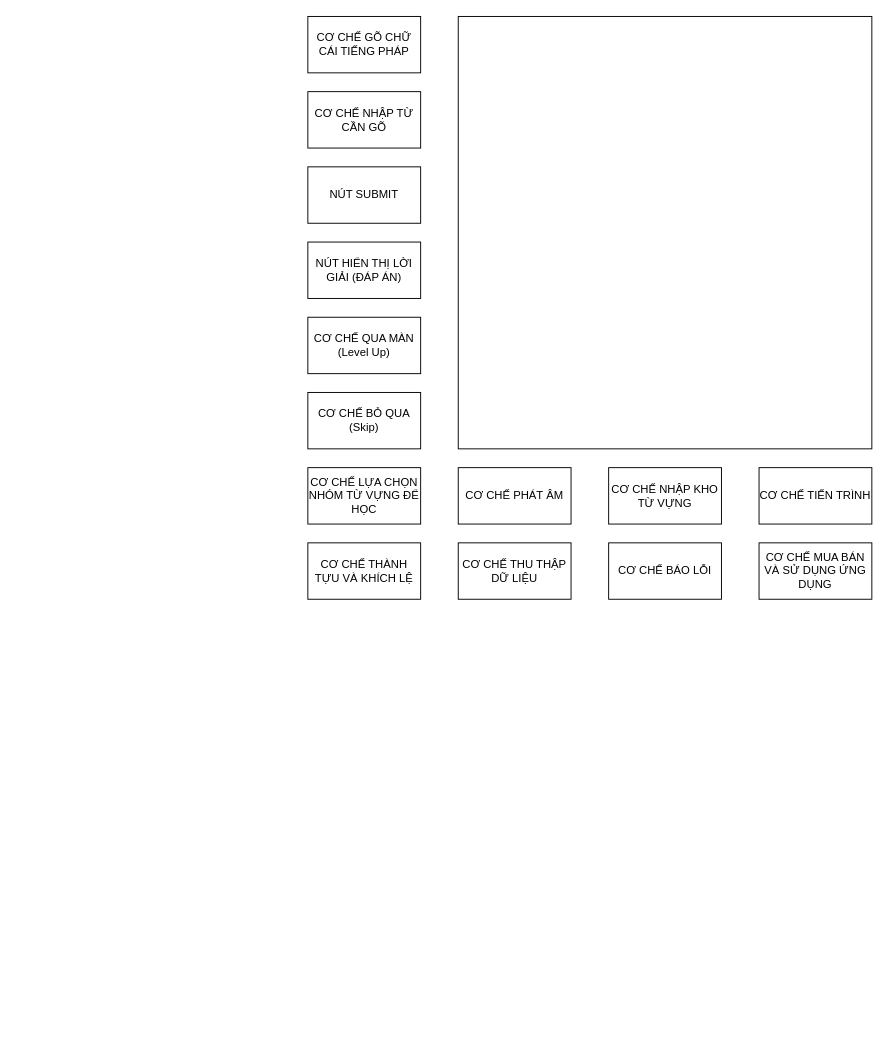
The draw.io diagram page "ALL" (1 of 3) of SƠ ĐỒ CHỨC NĂNG TỔNG THỂ.drawio in Tran-Long-Vu/AppVocabFR, before the edit. Source tidied: cells renumbered, new cells numbered last; positions are measured from the earlier drawing's top-left corner, leaving out a move shared by most shapes. Both pictures are drawn from the tidied source at 94%, with x=0, y=0 at pixel (307, 16).
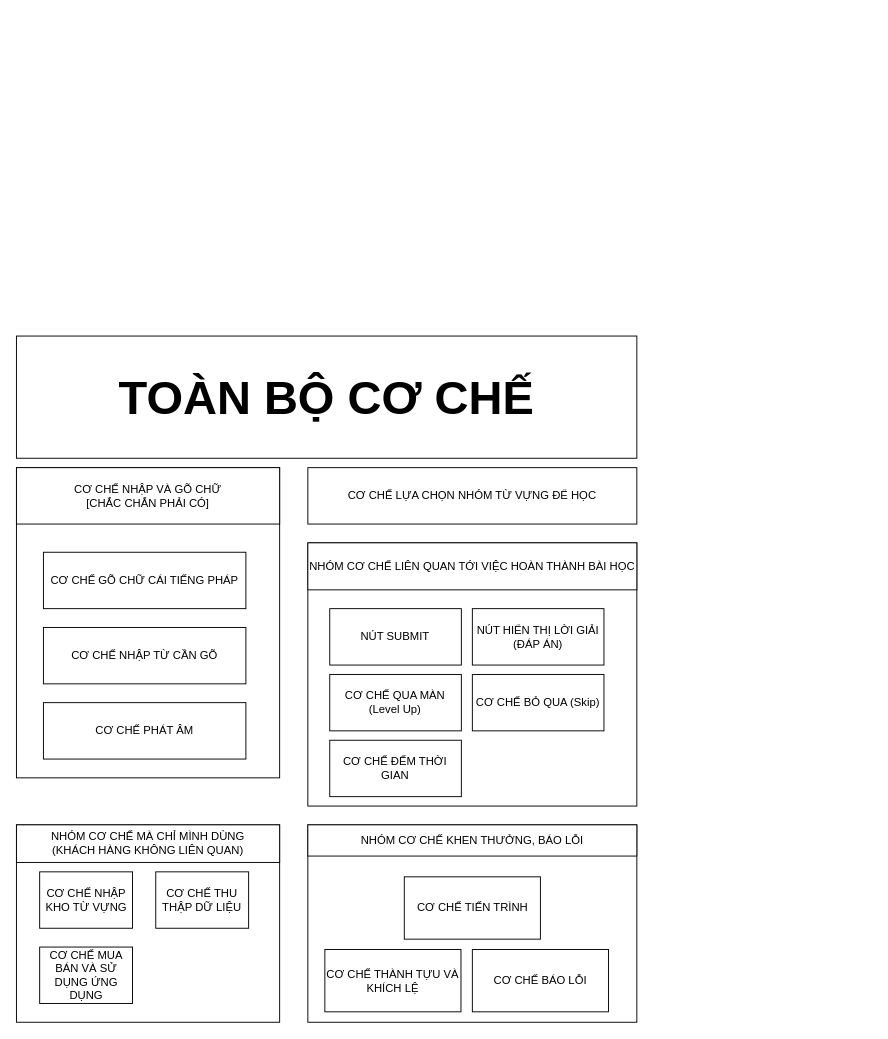
After the change.

Commit message:
SƠ ĐỒ CHỨC NĂNG TỔNG THỂ

Change to the diagram source:
```diff
@@
+    <mxCell id="7" value="CƠ CHẾ LỰA CHỌN NHÓM TỪ VỰNG ĐỂ HỌC" style="rounded=0;whiteSpace=wrap;html=1;" parent="1" vertex="1">
+      <mxGeometry y="480" width="350" height="60" as="geometry" />
+    </mxCell>
+    <mxCell id="17" style="group;" parent="1" vertex="1">
+      <mxGeometry x="-310" y="860" width="280" height="210" as="geometry" />
+    </mxCell>
+    <mxCell id="18" style="rounded=0;whiteSpace=wrap;html=1;" parent="17" vertex="1">
+      <mxGeometry width="280" height="210" as="geometry" />
+    </mxCell>
+    <mxCell id="9" value="CƠ CHẾ NHẬP KHO TỪ VỰNG" style="rounded=0;whiteSpace=wrap;html=1;" parent="17" vertex="1">
+      <mxGeometry x="24.7" y="50" width="98.8" height="60" as="geometry" />
+    </mxCell>
+    <mxCell id="12" value="CƠ CHẾ THU THẬP DỮ LIỆU" style="rounded=0;whiteSpace=wrap;html=1;" parent="17" vertex="1">
+      <mxGeometry x="148.2" y="50" width="98.8" height="60" as="geometry" />
+    </mxCell>
+    <mxCell id="14" value="CƠ CHẾ MUA BÁN VÀ SỬ DỤNG ỨNG DỤNG" style="rounded=0;whiteSpace=wrap;html=1;" parent="17" vertex="1">
+      <mxGeometry x="24.7" y="130" width="98.8" height="60" as="geometry" />
+    </mxCell>
+    <mxCell id="19" value="NHÓM CƠ CHẾ MÀ CHỈ MÌNH DÙNG&lt;div&gt;(KHÁCH HÀNG KHÔNG LIÊN QUAN)&lt;/div&gt;" style="rounded=0;whiteSpace=wrap;html=1;" parent="17" vertex="1">
+      <mxGeometry width="280" height="40" as="geometry" />
+    </mxCell>
+    <mxCell id="20" style="group;" parent="1" vertex="1">
+      <mxGeometry x="-310" y="480" width="280" height="330" as="geometry" />
+    </mxCell>
+    <mxCell id="16" style="rounded=0;whiteSpace=wrap;html=1;" parent="20" vertex="1">
+      <mxGeometry width="280" height="330" as="geometry" />
+    </mxCell>
-    <mxCell id="2" value="CƠ CHẾ NHẬP TỪ CẦN GÕ" style="rounded=0;whiteSpace=wrap;html=1;" parent="1" vertex="1">
-      <mxGeometry y="80" width="120" height="60" as="geometry" />
+    <mxCell id="2" value="CƠ CHẾ NHẬP TỪ CẦN GÕ" style="rounded=0;whiteSpace=wrap;html=1;" parent="20" vertex="1">
+      <mxGeometry x="28.7" y="170" width="215.4" height="60" as="geometry" />
     </mxCell>
+    <mxCell id="8" value="CƠ CHẾ PHÁT ÂM" style="rounded=0;whiteSpace=wrap;html=1;" parent="20" vertex="1">
+      <mxGeometry x="28.7" y="250" width="215.4" height="60" as="geometry" />
+    </mxCell>
+    <mxCell id="15" value="CƠ CHẾ GÕ CHỮ CÁI TIẾNG PHÁP" style="rounded=0;whiteSpace=wrap;html=1;" parent="20" vertex="1">
+      <mxGeometry x="28.7" y="90" width="215.4" height="60" as="geometry" />
+    </mxCell>
+    <mxCell id="21" value="CƠ CHẾ NHẬP VÀ GÕ CHỮ&lt;div&gt;[CHẮC CHẮN PHẢI CÓ]&lt;/div&gt;" style="rounded=0;whiteSpace=wrap;html=1;" parent="20" vertex="1">
+      <mxGeometry width="280" height="60" as="geometry" />
+    </mxCell>
+    <mxCell id="22" style="group;" parent="1" vertex="1">
+      <mxGeometry y="860" width="350" height="210" as="geometry" />
+    </mxCell>
+    <mxCell id="23" style="rounded=0;whiteSpace=wrap;html=1;" parent="22" vertex="1">
+      <mxGeometry width="350" height="210" as="geometry" />
+    </mxCell>
+    <mxCell id="10" value="CƠ CHẾ TIẾN TRÌNH" style="rounded=0;whiteSpace=wrap;html=1;" parent="22" vertex="1">
+      <mxGeometry x="102.6" y="55.3" width="144.8" height="66.3" as="geometry" />
+    </mxCell>
+    <mxCell id="11" value="CƠ CHẾ THÀNH TỰU VÀ KHÍCH LỆ" style="rounded=0;whiteSpace=wrap;html=1;" parent="22" vertex="1">
+      <mxGeometry x="18.1" y="132.6" width="144.8" height="66.3" as="geometry" />
+    </mxCell>
+    <mxCell id="13" value="CƠ CHẾ BÁO LỖI" style="rounded=0;whiteSpace=wrap;html=1;" parent="22" vertex="1">
+      <mxGeometry x="175" y="132.6" width="144.8" height="66.3" as="geometry" />
+    </mxCell>
+    <mxCell id="24" value="NHÓM CƠ CHẾ KHEN THƯỞNG, BÁO LỖI" style="rounded=0;whiteSpace=wrap;html=1;" parent="22" vertex="1">
+      <mxGeometry width="350" height="33.2" as="geometry" />
+    </mxCell>
+    <mxCell id="25" style="group;" parent="1" vertex="1">
+      <mxGeometry y="560" width="350" height="280" as="geometry" />
+    </mxCell>
+    <mxCell id="26" style="rounded=0;whiteSpace=wrap;html=1;" parent="25" vertex="1">
+      <mxGeometry width="350" height="280" as="geometry" />
+    </mxCell>
-    <mxCell id="3" value="NÚT SUBMIT" style="rounded=0;whiteSpace=wrap;html=1;" parent="1" vertex="1">
-      <mxGeometry y="160" width="120" height="60" as="geometry" />
+    <mxCell id="3" value="NÚT SUBMIT" style="rounded=0;whiteSpace=wrap;html=1;" parent="25" vertex="1">
+      <mxGeometry x="23.3" y="70" width="140" height="60" as="geometry" />
     </mxCell>
-    <mxCell id="4" value="NÚT HIỂN THỊ LỜI GIẢI (ĐÁP ÁN)" style="rounded=0;whiteSpace=wrap;html=1;" parent="1" vertex="1">
-      <mxGeometry y="240" width="120" height="60" as="geometry" />
+    <mxCell id="4" value="NÚT HIỂN THỊ LỜI GIẢI (ĐÁP ÁN)" style="rounded=0;whiteSpace=wrap;html=1;" parent="25" vertex="1">
+      <mxGeometry x="175" y="70" width="140" height="60" as="geometry" />
     </mxCell>
-    <mxCell id="5" value="CƠ CHẾ QUA MÀN (Level Up)" style="rounded=0;whiteSpace=wrap;html=1;" parent="1" vertex="1">
-      <mxGeometry y="320" width="120" height="60" as="geometry" />
+    <mxCell id="5" value="CƠ CHẾ QUA MÀN (Level Up)" style="rounded=0;whiteSpace=wrap;html=1;" parent="25" vertex="1">
+      <mxGeometry x="23.3" y="140" width="140" height="60" as="geometry" />
     </mxCell>
-    <mxCell id="6" value="CƠ CHẾ BỎ QUA (Skip)" style="rounded=0;whiteSpace=wrap;html=1;" parent="1" vertex="1">
-      <mxGeometry y="400" width="120" height="60" as="geometry" />
+    <mxCell id="6" value="CƠ CHẾ BỎ QUA (Skip)" style="rounded=0;whiteSpace=wrap;html=1;" parent="25" vertex="1">
+      <mxGeometry x="175" y="140" width="140" height="60" as="geometry" />
     </mxCell>
-    <mxCell id="7" value="CƠ CHẾ LỰA CHỌN NHÓM TỪ VỰNG ĐỂ HỌC" style="rounded=0;whiteSpace=wrap;html=1;" parent="1" vertex="1">
-      <mxGeometry y="480" width="120" height="60" as="geometry" />
-    </mxCell>
-    <mxCell id="8" value="CƠ CHẾ PHÁT ÂM" style="rounded=0;whiteSpace=wrap;html=1;" parent="1" vertex="1">
-      <mxGeometry x="160" y="480" width="120" height="60" as="geometry" />
-    </mxCell>
-    <mxCell id="9" value="CƠ CHẾ NHẬP KHO TỪ VỰNG" style="rounded=0;whiteSpace=wrap;html=1;" parent="1" vertex="1">
-      <mxGeometry x="320" y="480" width="120" height="60" as="geometry" />
-    </mxCell>
-    <mxCell id="10" value="CƠ CHẾ TIẾN TRÌNH" style="rounded=0;whiteSpace=wrap;html=1;" parent="1" vertex="1">
-      <mxGeometry x="480" y="480" width="120" height="60" as="geometry" />
-    </mxCell>
-    <mxCell id="11" value="CƠ CHẾ THÀNH TỰU VÀ KHÍCH LỆ" style="rounded=0;whiteSpace=wrap;html=1;" parent="1" vertex="1">
-      <mxGeometry y="560" width="120" height="60" as="geometry" />
-    </mxCell>
-    <mxCell id="12" value="CƠ CHẾ THU THẬP DỮ LIỆU" style="rounded=0;whiteSpace=wrap;html=1;" parent="1" vertex="1">
-      <mxGeometry x="160" y="560" width="120" height="60" as="geometry" />
-    </mxCell>
-    <mxCell id="13" value="CƠ CHẾ BÁO LỖI" style="rounded=0;whiteSpace=wrap;html=1;" parent="1" vertex="1">
-      <mxGeometry x="320" y="560" width="120" height="60" as="geometry" />
-    </mxCell>
-    <mxCell id="14" value="CƠ CHẾ MUA BÁN VÀ SỬ DỤNG ỨNG DỤNG" style="rounded=0;whiteSpace=wrap;html=1;" parent="1" vertex="1">
-      <mxGeometry x="480" y="560" width="120" height="60" as="geometry" />
-    </mxCell>
-    <mxCell id="15" value="CƠ CHẾ GÕ CHỮ CÁI TIẾNG PHÁP" style="rounded=0;whiteSpace=wrap;html=1;" parent="1" vertex="1">
-      <mxGeometry width="120" height="60" as="geometry" />
-    </mxCell>
-    <mxCell id="16" style="rounded=0;whiteSpace=wrap;html=1;" parent="1" vertex="1">
-      <mxGeometry x="160" width="440" height="460" as="geometry" />
-    </mxCell>
+    <mxCell id="27" value="CƠ CHẾ ĐẾM THỜI GIAN" style="rounded=0;whiteSpace=wrap;html=1;" parent="25" vertex="1">
+      <mxGeometry x="23.3" y="210" width="140" height="60" as="geometry" />
+    </mxCell>
+    <mxCell id="28" value="NHÓM CƠ CHẾ LIÊN QUAN TỚI VIỆC HOÀN THÀNH BÀI HỌC" style="rounded=0;whiteSpace=wrap;html=1;" parent="25" vertex="1">
+      <mxGeometry width="350" height="50" as="geometry" />
+    </mxCell>
+    <mxCell id="29" value="&lt;b&gt;&lt;font style=&quot;font-size: 50px;&quot;&gt;TOÀN BỘ CƠ CHẾ&lt;/font&gt;&lt;/b&gt;" style="rounded=0;whiteSpace=wrap;html=1;" parent="1" vertex="1">
+      <mxGeometry x="-310" y="340" width="660" height="130" as="geometry" />
+    </mxCell>
```
